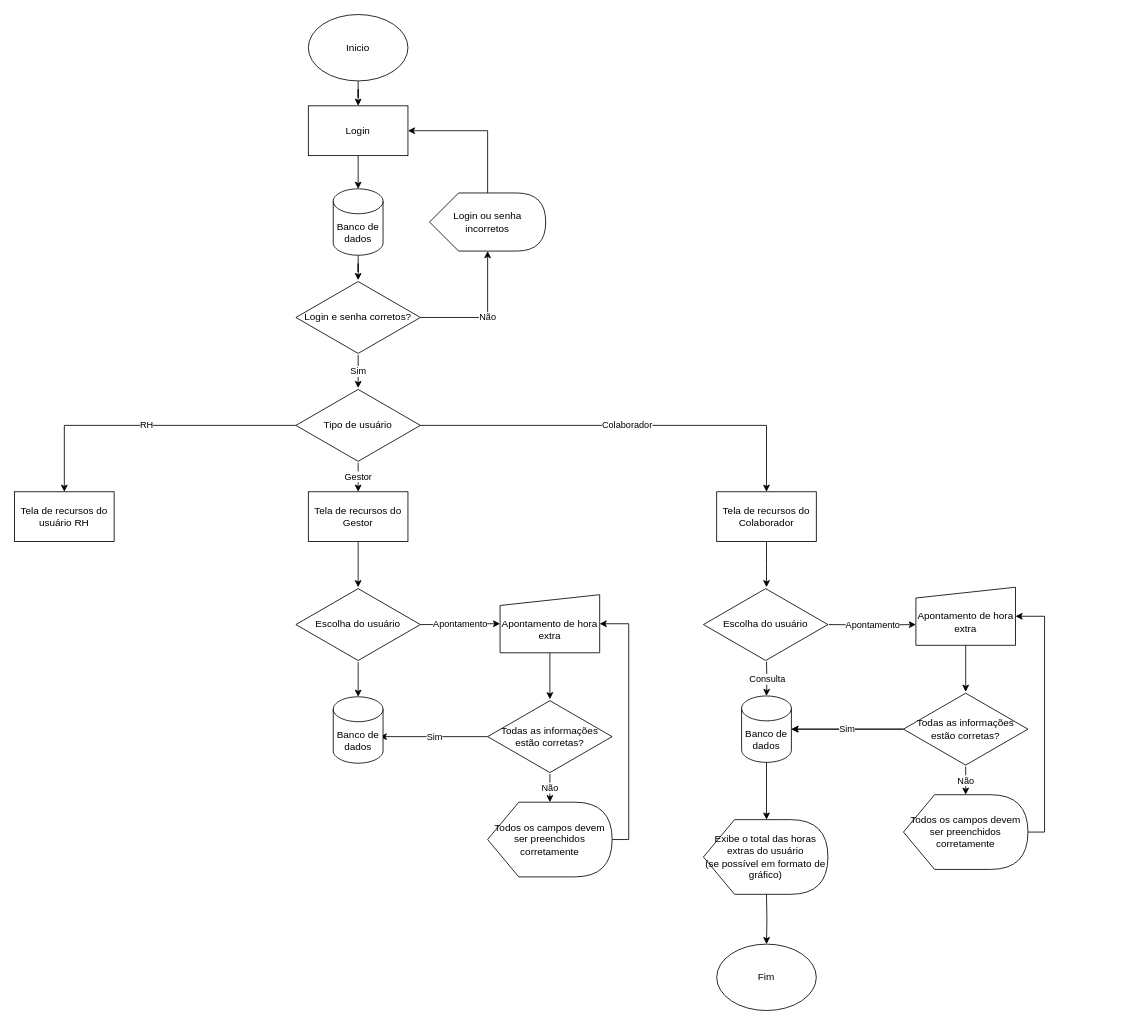
dragonfatec/projeto2023 keeps this draw.io diagram as Diagrama sem nome.drawio. Above is the earlier version. Source tidied: cells renumbered, new cells numbered last; positions are measured from the earlier drawing's top-left corner, leaving out a move shared by most shapes. Both pictures are drawn from the tidied source at 83%, with x=0, y=0 at pixel (14, 14).
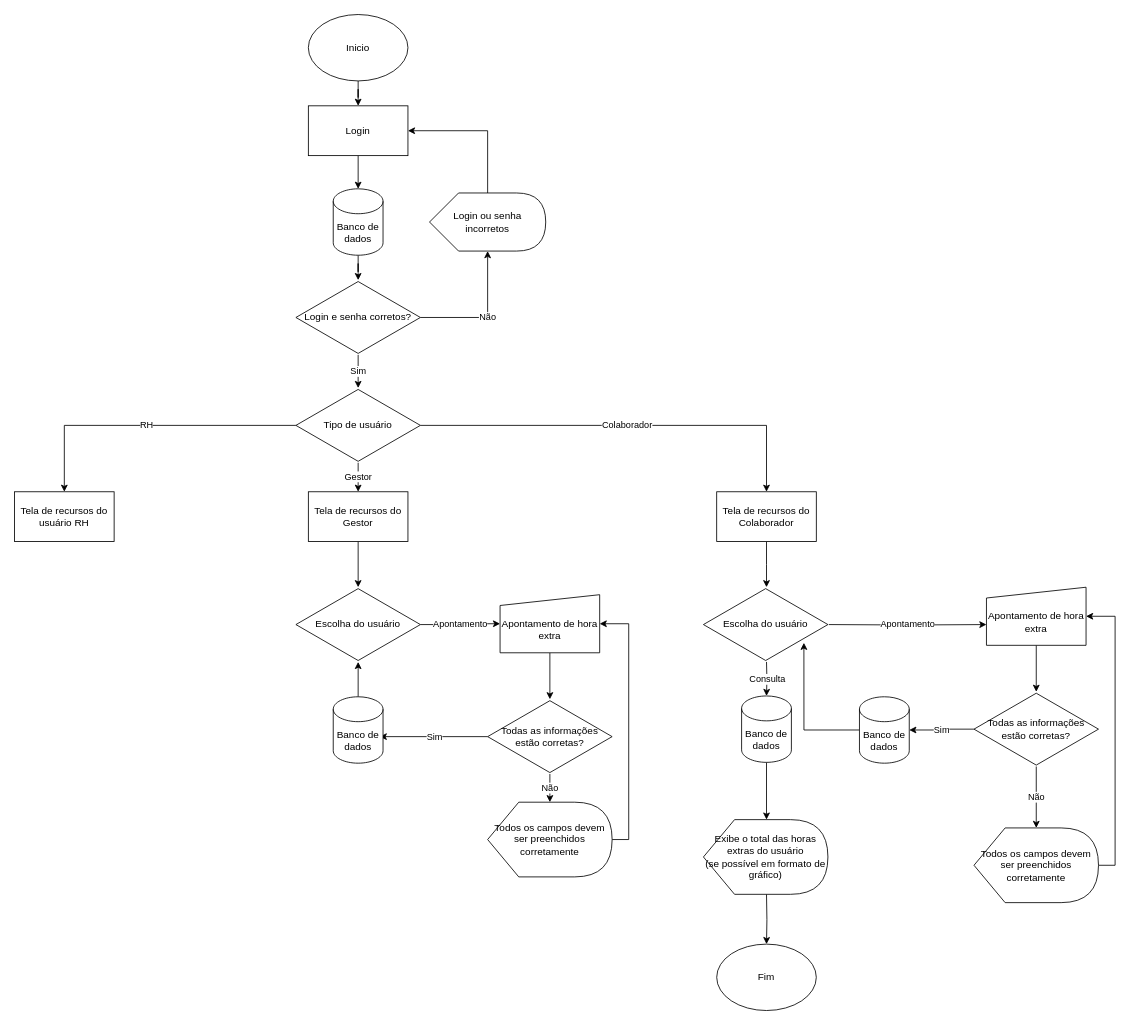
After the change.

The change refers to these unchanged cells:
```xml
<mxCell id="26" value="Escolha do usuário" style="html=1;whiteSpace=wrap;shape=isoRectangle;" parent="1" vertex="1">
  <mxGeometry x="830" y="690" width="150" height="90" as="geometry" />
</mxCell>
<mxCell id="28" value="Banco de dados" style="shape=cylinder3;whiteSpace=wrap;html=1;boundedLbl=1;backgroundOutline=1;size=15;" parent="1" vertex="1">
  <mxGeometry x="876" y="821" width="60" height="80" as="geometry" />
</mxCell>
<mxCell id="40" value="Escolha do usuário" style="html=1;whiteSpace=wrap;shape=isoRectangle;" parent="1" vertex="1">
  <mxGeometry x="339" y="690" width="150" height="90" as="geometry" />
</mxCell>
<mxCell id="48" value="Banco de dados" style="shape=cylinder3;whiteSpace=wrap;html=1;boundedLbl=1;backgroundOutline=1;size=15;" parent="1" vertex="1">
  <mxGeometry x="384" y="822" width="60" height="80" as="geometry" />
</mxCell>
```

Diff of the diagram source:
```diff
@@
     <mxCell id="23" value="&lt;span style=&quot;font-family: Helvetica; font-size: 12px; font-style: normal; font-variant-ligatures: normal; font-variant-caps: normal; font-weight: 400; letter-spacing: normal; orphans: 2; text-align: center; text-indent: 0px; text-transform: none; widows: 2; word-spacing: 0px; -webkit-text-stroke-width: 0px; text-decoration-thickness: initial; text-decoration-style: initial; text-decoration-color: initial; float: none; display: inline !important;&quot;&gt;&lt;br&gt;Apontamento de hora extra&lt;/span&gt;" style="shape=manualInput;whiteSpace=wrap;html=1;size=13;" parent="1" vertex="1">
-      <mxGeometry x="1086" y="690" width="120" height="70" as="geometry" />
+      <mxGeometry x="1171" y="690" width="120" height="70" as="geometry" />
     </mxCell>
@@
-    <mxCell id="31" style="edgeStyle=orthogonalEdgeStyle;rounded=0;jettySize=auto;html=1;" parent="1" edge="1" source="34" target="28">
-      <mxGeometry relative="1" as="geometry" />
-    </mxCell>
+    <mxCell id="33" value="Não" style="edgeStyle=orthogonalEdgeStyle;rounded=0;jettySize=auto;html=1;" parent="1" edge="1" source="34" target="36">
+      <mxGeometry relative="1" as="geometry" />
+    </mxCell>
-    <mxCell id="32" value="Sim" style="edgeStyle=orthogonalEdgeStyle;rounded=0;jettySize=auto;html=1;" parent="1" edge="1" source="34" target="28">
+    <mxCell id="32" value="Sim" style="edgeStyle=orthogonalEdgeStyle;rounded=0;jettySize=auto;html=1;" parent="1" edge="1" source="34" target="51">
       <mxGeometry relative="1" as="geometry" />
     </mxCell>
-    <mxCell id="33" value="Não" style="edgeStyle=orthogonalEdgeStyle;rounded=0;jettySize=auto;html=1;" parent="1" edge="1" source="34" target="36">
-      <mxGeometry relative="1" as="geometry" />
-    </mxCell>
     <mxCell id="34" value="Todas as informações estão corretas?" style="html=1;whiteSpace=wrap;shape=isoRectangle;" parent="1" vertex="1">
-      <mxGeometry x="1071" y="816" width="150" height="90" as="geometry" />
+      <mxGeometry x="1156" y="816" width="150" height="90" as="geometry" />
     </mxCell>
@@
     <mxCell id="36" value="Todos os campos devem ser preenchidos corretamente" style="shape=display;whiteSpace=wrap;html=1;" parent="1" vertex="1">
-      <mxGeometry x="1071" y="940" width="150" height="90" as="geometry" />
+      <mxGeometry x="1156" y="980" width="150" height="90" as="geometry" />
     </mxCell>
@@
-    <mxCell id="39" style="edgeStyle=orthogonalEdgeStyle;rounded=0;jettySize=auto;html=1;" parent="1" edge="1" source="40" target="48">
-      <mxGeometry relative="1" as="geometry" />
-    </mxCell>
@@
+    <mxCell id="49" style="edgeStyle=orthogonalEdgeStyle;rounded=0;jettySize=auto;html=1;" parent="1" edge="1" source="48" target="40">
+      <mxGeometry relative="1" as="geometry" />
+    </mxCell>
@@
+    <mxCell id="50" style="edgeStyle=orthogonalEdgeStyle;rounded=0;jettySize=auto;html=1;entryX=0.807;entryY=0.744;entryDx=0;entryDy=0;entryPerimeter=0;" parent="1" edge="1" source="51" target="26">
+      <mxGeometry relative="1" as="geometry">
+        <Array as="points">
+          <mxPoint x="951" y="862" />
+        </Array>
+      </mxGeometry>
+    </mxCell>
+    <mxCell id="51" value="Banco de dados" style="shape=cylinder3;whiteSpace=wrap;html=1;boundedLbl=1;backgroundOutline=1;size=15;" parent="1" vertex="1">
+      <mxGeometry x="1018" y="822" width="60" height="80" as="geometry" />
+    </mxCell>
```
